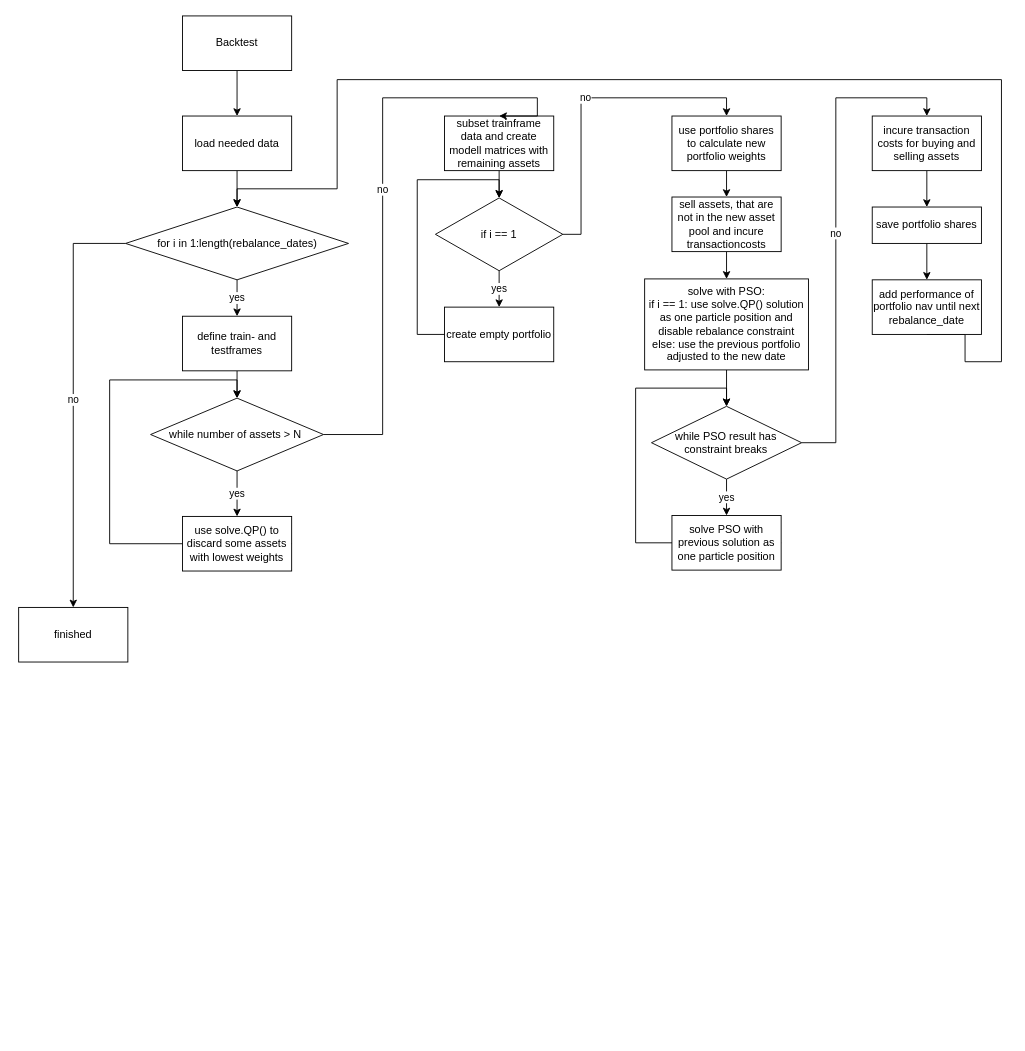
Earlier version of the draw.io diagram img/Chapter9_PSO_Process.drawio (AxelCode-R/Asset-Allocation-using-Particle-Swarm-Optimization-in-R). Source tidied: cells renumbered, new cells numbered last; positions are measured from the earlier drawing's top-left corner, leaving out a move shared by most shapes. Both pictures are drawn from the tidied source at 91%, with x=0, y=0 at pixel (18, 15).
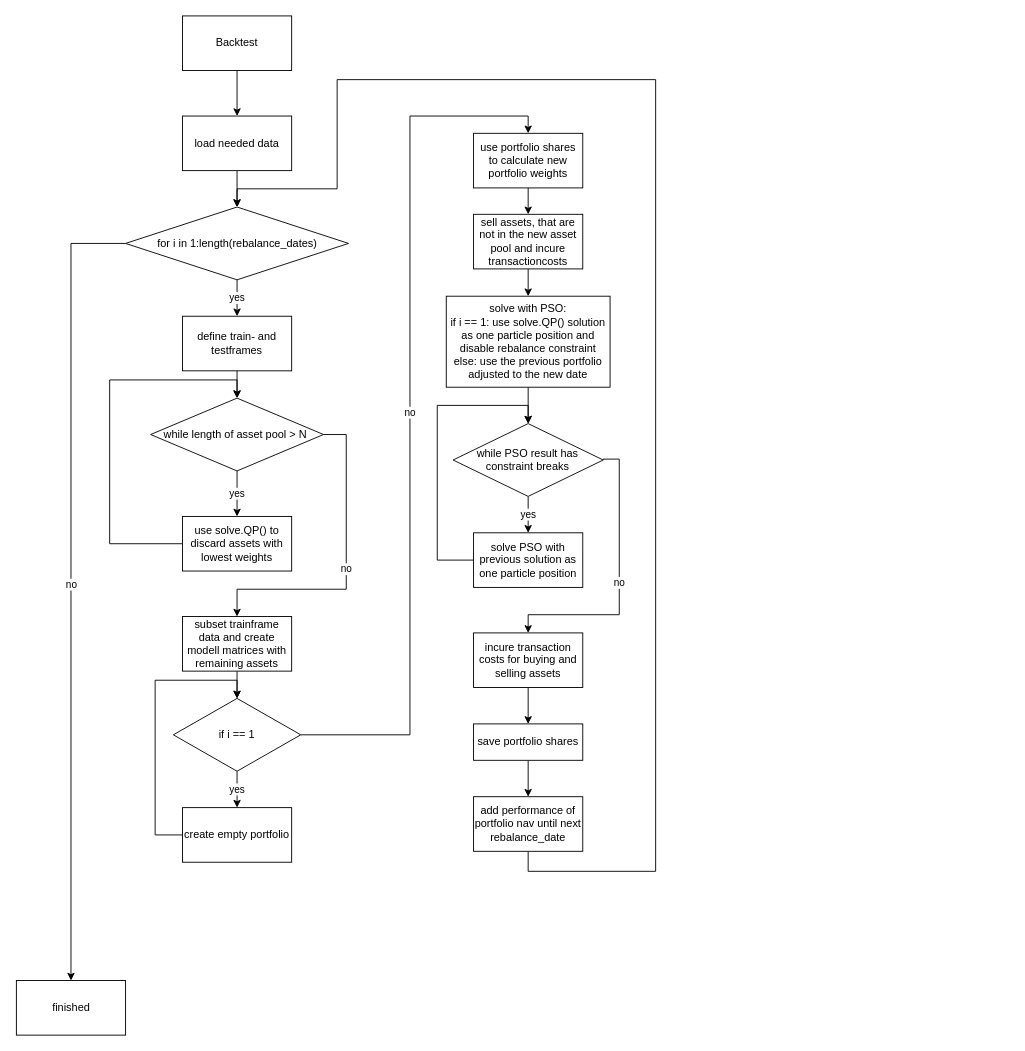
Above is the later version.

Unchanged cells that the change refers to:
```xml
<mxCell id="8" value="&lt;span&gt;for i in 1:length(rebalance_dates)&lt;/span&gt;" style="rhombus;whiteSpace=wrap;html=1;" parent="1" vertex="1">
  <mxGeometry x="117.5" y="210" width="245" height="80" as="geometry" />
</mxCell>
```

The edit, as a diff of the source:
```diff
@@
     <mxCell id="12" value="subset trainframe data and create modell matrices with remaining assets" style="whiteSpace=wrap;html=1;" parent="1" vertex="1">
-      <mxGeometry x="468" y="110" width="120" height="60" as="geometry" />
+      <mxGeometry x="180" y="660" width="120" height="60" as="geometry" />
     </mxCell>
@@
     <mxCell id="14" value="no" style="edgeStyle=orthogonalEdgeStyle;rounded=0;jettySize=auto;html=1;exitX=1;exitY=0.5;exitDx=0;exitDy=0;entryX=0.5;entryY=0;entryDx=0;entryDy=0;" parent="1" edge="1" source="15" target="12">
       <mxGeometry relative="1" as="geometry">
         <Array as="points">
-          <mxPoint x="400" y="460" />
-          <mxPoint x="400" y="90" />
-          <mxPoint x="570" y="90" />
+          <mxPoint x="360" y="460" />
+          <mxPoint x="360" y="630" />
+          <mxPoint x="240" y="630" />
         </Array>
       </mxGeometry>
     </mxCell>
-    <mxCell id="15" value="while number of assets &amp;gt; N&amp;nbsp;" style="rhombus;whiteSpace=wrap;html=1;" parent="1" vertex="1">
+    <mxCell id="15" value="while length of asset pool &amp;gt; N&amp;nbsp;" style="rhombus;whiteSpace=wrap;html=1;" parent="1" vertex="1">
       <mxGeometry x="145" y="420" width="190" height="80" as="geometry" />
     </mxCell>
@@
-    <mxCell id="17" value="use solve.QP() to discard some assets with lowest weights" style="whiteSpace=wrap;html=1;" parent="1" vertex="1">
+    <mxCell id="17" value="use solve.QP() to discard assets with lowest weights" style="whiteSpace=wrap;html=1;" parent="1" vertex="1">
       <mxGeometry x="180" y="550" width="120" height="60" as="geometry" />
     </mxCell>
@@
     <mxCell id="19" value="sell assets, that are not in the new asset pool and incure transactioncosts" style="whiteSpace=wrap;html=1;" parent="1" vertex="1">
-      <mxGeometry x="717.9" y="199" width="120" height="60" as="geometry" />
+      <mxGeometry x="499.9" y="218" width="120" height="60" as="geometry" />
     </mxCell>
@@
     <mxCell id="21" value="no" style="edgeStyle=orthogonalEdgeStyle;rounded=0;jettySize=auto;html=1;exitX=1;exitY=0.5;exitDx=0;exitDy=0;entryX=0.5;entryY=0;entryDx=0;entryDy=0;" parent="1" edge="1" source="22" target="28">
       <mxGeometry relative="1" as="geometry">
         <Array as="points">
-          <mxPoint x="898" y="469" />
-          <mxPoint x="898" y="90" />
-          <mxPoint x="998" y="90" />
+          <mxPoint x="642" y="487" />
+          <mxPoint x="660" y="487" />
+          <mxPoint x="660" y="658" />
+          <mxPoint x="560" y="658" />
         </Array>
       </mxGeometry>
     </mxCell>
     <mxCell id="22" value="while PSO result has constraint breaks" style="rhombus;whiteSpace=wrap;html=1;" parent="1" vertex="1">
-      <mxGeometry x="695.4" y="429" width="165" height="80" as="geometry" />
+      <mxGeometry x="477.4" y="448" width="165" height="80" as="geometry" />
     </mxCell>
@@
     <mxCell id="24" value="solve with PSO:&lt;br&gt;if i == 1: use solve.QP() solution as one particle position and disable rebalance constraint&lt;br&gt;else: use the previous portfolio adjusted to the new date" style="whiteSpace=wrap;html=1;" parent="1" vertex="1">
-      <mxGeometry x="687.9" y="289" width="180" height="100" as="geometry" />
+      <mxGeometry x="469.9" y="308" width="180" height="100" as="geometry" />
     </mxCell>
     <mxCell id="25" style="edgeStyle=orthogonalEdgeStyle;rounded=0;jettySize=auto;html=1;exitX=1;exitY=0.5;exitDx=0;exitDy=0;" parent="1" edge="1" source="26">
       <mxGeometry relative="1" as="geometry">
-        <mxPoint x="777.9" y="429" as="targetPoint" />
+        <mxPoint x="559.9" y="448" as="targetPoint" />
         <Array as="points">
-          <mxPoint x="678" y="579" />
-          <mxPoint x="678" y="409" />
-          <mxPoint x="778" y="409" />
+          <mxPoint x="460" y="598" />
+          <mxPoint x="460" y="428" />
+          <mxPoint x="560" y="428" />
         </Array>
       </mxGeometry>
     </mxCell>
     <mxCell id="26" value="solve PSO with previous solution as one particle position" style="whiteSpace=wrap;html=1;" parent="1" vertex="1">
-      <mxGeometry x="717.9" y="549" width="120" height="60" as="geometry" />
+      <mxGeometry x="499.9" y="568" width="120" height="60" as="geometry" />
     </mxCell>
@@
     <mxCell id="28" value="incure transaction costs for buying and selling assets" style="whiteSpace=wrap;html=1;" parent="1" vertex="1">
-      <mxGeometry x="938" y="110" width="120" height="60" as="geometry" />
+      <mxGeometry x="499.9" y="678" width="120" height="60" as="geometry" />
     </mxCell>
@@
     <mxCell id="30" value="save portfolio shares" style="whiteSpace=wrap;html=1;" parent="1" vertex="1">
-      <mxGeometry x="938" y="210" width="120" height="40" as="geometry" />
+      <mxGeometry x="499.9" y="778" width="120" height="40" as="geometry" />
     </mxCell>
     <mxCell id="31" style="edgeStyle=orthogonalEdgeStyle;rounded=0;jettySize=auto;html=1;exitX=0.5;exitY=1;exitDx=0;exitDy=0;entryX=0.5;entryY=0;entryDx=0;entryDy=0;" parent="1" edge="1" source="32" target="8">
       <mxGeometry relative="1" as="geometry">
         <Array as="points">
-          <mxPoint x="1040" y="350" />
-          <mxPoint x="1040" y="380" />
-          <mxPoint x="1080" y="380" />
-          <mxPoint x="1080" y="70" />
+          <mxPoint x="560" y="940" />
+          <mxPoint x="700" y="940" />
+          <mxPoint x="700" y="70" />
           <mxPoint x="350" y="70" />
           <mxPoint x="350" y="190" />
           <mxPoint x="240" y="190" />
         </Array>
       </mxGeometry>
     </mxCell>
     <mxCell id="32" value="add performance of portfolio nav until next rebalance_date" style="whiteSpace=wrap;html=1;" parent="1" vertex="1">
-      <mxGeometry x="938" y="290" width="120" height="60" as="geometry" />
+      <mxGeometry x="499.9" y="858" width="120" height="60" as="geometry" />
     </mxCell>
@@
     <mxCell id="34" value="no" style="edgeStyle=orthogonalEdgeStyle;rounded=0;jettySize=auto;html=1;exitX=1;exitY=0.5;exitDx=0;exitDy=0;entryX=0.5;entryY=0;entryDx=0;entryDy=0;" parent="1" edge="1" source="35" target="39">
       <mxGeometry relative="1" as="geometry">
         <Array as="points">
-          <mxPoint x="618" y="240" />
-          <mxPoint x="618" y="90" />
-          <mxPoint x="778" y="90" />
+          <mxPoint x="430" y="790" />
+          <mxPoint x="430" y="110" />
+          <mxPoint x="560" y="110" />
         </Array>
       </mxGeometry>
     </mxCell>
     <mxCell id="35" value="if i == 1" style="rhombus;whiteSpace=wrap;html=1;" parent="1" vertex="1">
-      <mxGeometry x="458" y="200" width="140" height="80" as="geometry" />
+      <mxGeometry x="170" y="750" width="140" height="80" as="geometry" />
     </mxCell>
     <mxCell id="36" style="edgeStyle=orthogonalEdgeStyle;rounded=0;jettySize=auto;html=1;exitX=1;exitY=0.5;exitDx=0;exitDy=0;" parent="1" edge="1" source="37">
       <mxGeometry relative="1" as="geometry">
-        <mxPoint x="528" y="200" as="targetPoint" />
+        <mxPoint x="240" y="750" as="targetPoint" />
         <Array as="points">
-          <mxPoint x="438" y="350" />
-          <mxPoint x="438" y="180" />
-          <mxPoint x="528" y="180" />
+          <mxPoint x="150" y="900" />
+          <mxPoint x="150" y="730" />
+          <mxPoint x="240" y="730" />
         </Array>
       </mxGeometry>
     </mxCell>
     <mxCell id="37" value="create empty portfolio" style="whiteSpace=wrap;html=1;" parent="1" vertex="1">
-      <mxGeometry x="468" y="320" width="120" height="60" as="geometry" />
+      <mxGeometry x="180" y="870" width="120" height="60" as="geometry" />
     </mxCell>
@@
     <mxCell id="39" value="use portfolio shares to calculate new portfolio weights" style="whiteSpace=wrap;html=1;" parent="1" vertex="1">
-      <mxGeometry x="717.9" y="110" width="120" height="60" as="geometry" />
+      <mxGeometry x="499.9" y="129" width="120" height="60" as="geometry" />
     </mxCell>
     <mxCell id="40" value="finished" style="whiteSpace=wrap;html=1;" parent="1" vertex="1">
-      <mxGeometry y="650" width="120" height="60" as="geometry" />
+      <mxGeometry x="-2.5" y="1060" width="120" height="60" as="geometry" />
     </mxCell>
```
